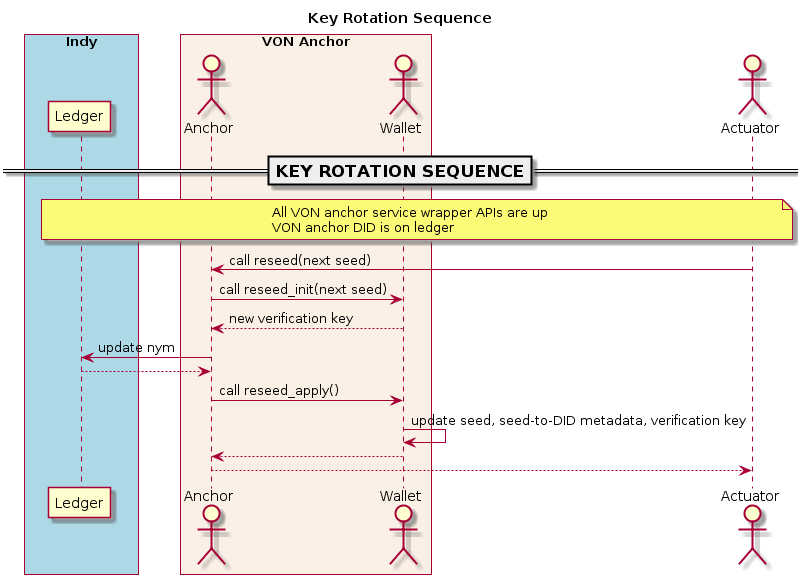
The PlantUML diagram docs/source/pic/reseed.png in PSPC-SPAC-buyandsell/von_anchor, before a commit.
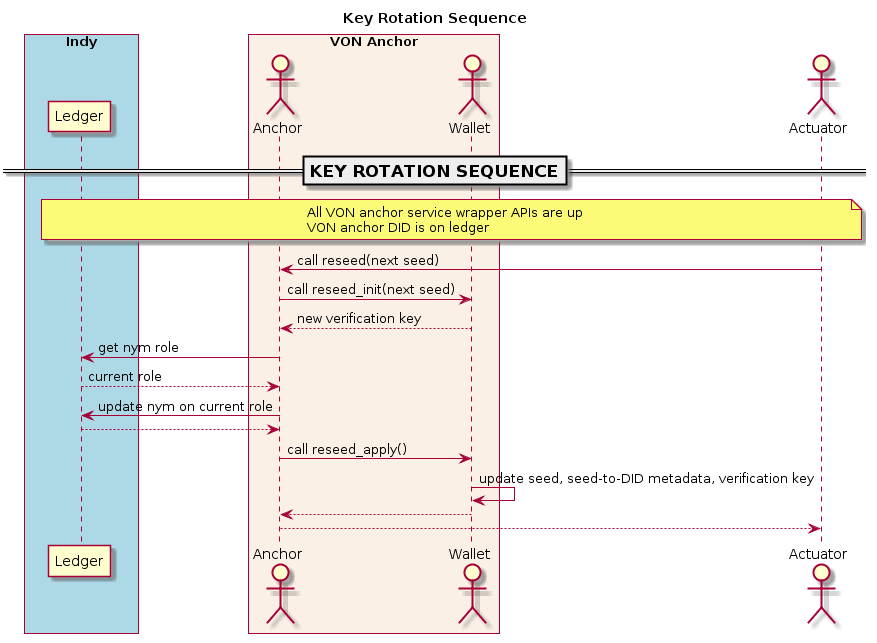
After the change.

Diff of the diagram source:
```diff
@@ -25,7 +25,9 @@
 ator -> an: call reseed(next seed)
 an -> wallet: call reseed_init(next seed)
 wallet --> an: new verification key
-an -> ledger: update nym
+an -> ledger: get nym role
+ledger --> an: current role
+an -> ledger: update nym on current role
 ledger --> an:
 an -> wallet: call reseed_apply()
 wallet -> wallet: update seed, seed-to-DID metadata, verification key
```
